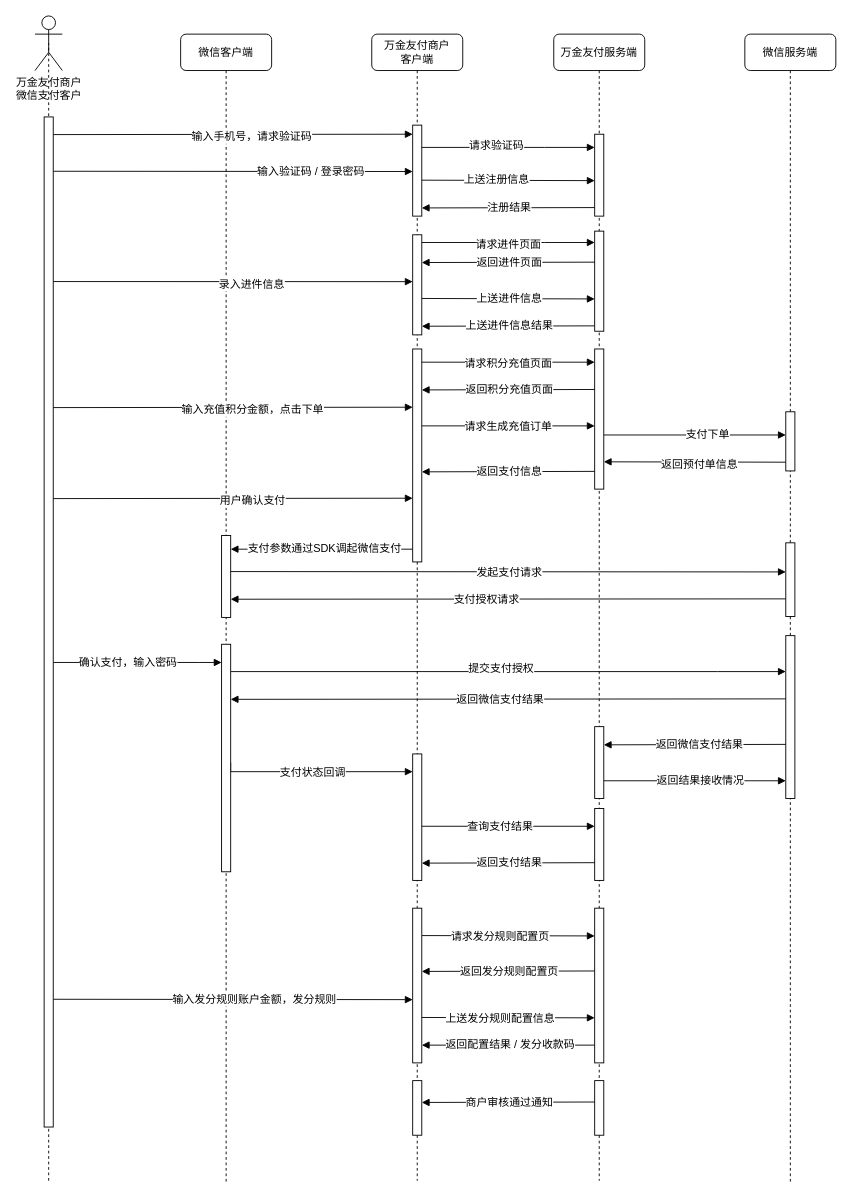
firefirefirewood/Hello-World keeps this draw.io diagram as page "场景1-商户开通并购分" (1 of 4) of Untitled Diagram.drawio. Above is the earlier version. Source tidied: cells renumbered, new cells numbered last; positions are measured from the earlier drawing's top-left corner, leaving out a move shared by most shapes. Both pictures are drawn from the tidied source at 91%, with x=0, y=0 at pixel (35, 15).
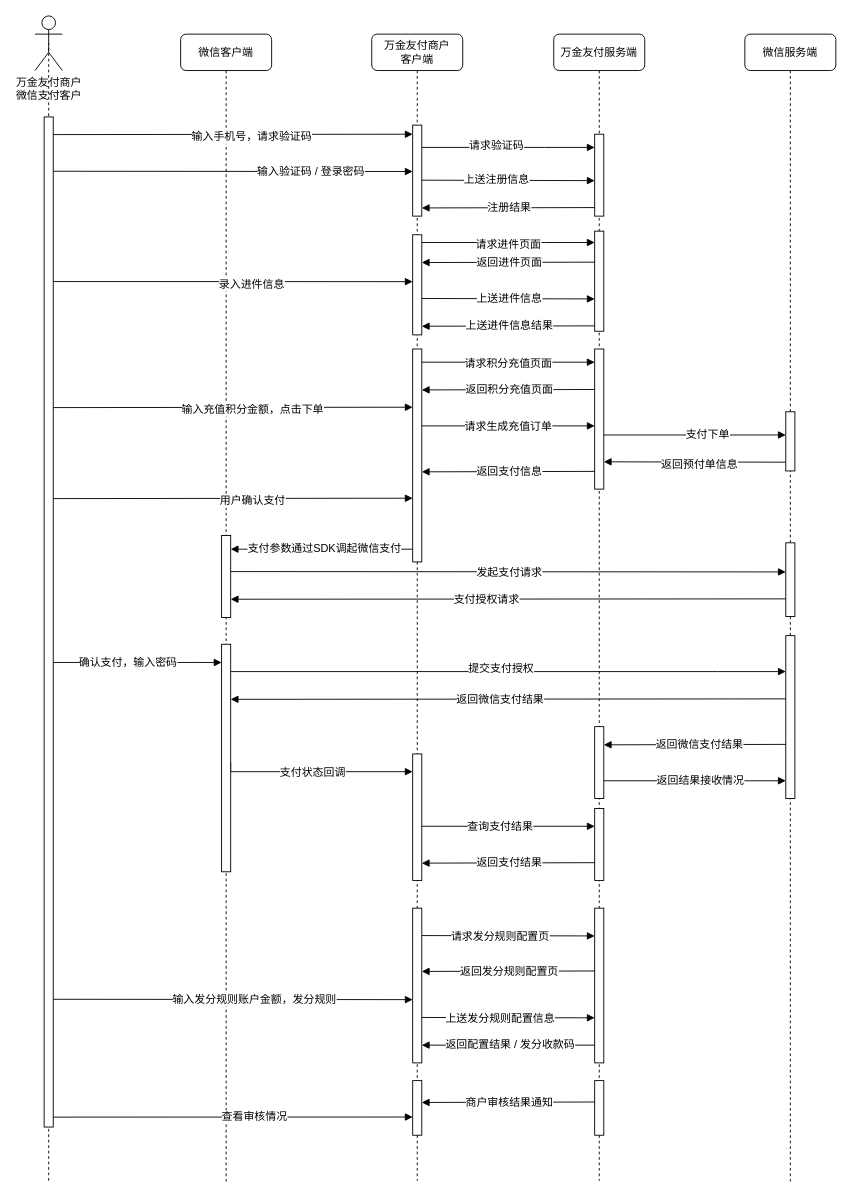
The same page after the edit.

The change refers to these unchanged cells:
```xml
<mxCell id="95" style="edgeStyle=elbowEdgeStyle;rounded=0;orthogonalLoop=1;jettySize=auto;elbow=vertical;html=1;startArrow=none;startFill=0;endArrow=block;endFill=1;strokeColor=#000000;" parent="1" edge="1">
  <mxGeometry relative="1" as="geometry">
    <mxPoint x="615" y="1193.5" as="sourcePoint" />
    <mxPoint x="425" y="1193.5" as="targetPoint" />
  </mxGeometry>
</mxCell>
```

What changed in the source:
```diff
@@
-    <mxCell id="96" value="商户审核通过通知" style="text;html=1;align=center;verticalAlign=middle;labelBackgroundColor=#ffffff;" parent="95" vertex="1">
+    <mxCell id="96" value="商户审核结果通知" style="text;html=1;align=center;verticalAlign=middle;labelBackgroundColor=#ffffff;" parent="95" vertex="1">
       <mxGeometry x="-0.23" y="-1" relative="1" as="geometry">
         <mxPoint x="-21" y="0.5" as="offset" />
       </mxGeometry>
     </mxCell>
+    <mxCell id="97" style="edgeStyle=elbowEdgeStyle;rounded=0;orthogonalLoop=1;jettySize=auto;elbow=vertical;html=1;startArrow=none;startFill=0;endArrow=block;endFill=1;strokeColor=#000000;" parent="1" edge="1">
+      <mxGeometry relative="1" as="geometry">
+        <mxPoint x="20" y="1210.1" as="sourcePoint" />
+        <mxPoint x="415" y="1210.1" as="targetPoint" />
+      </mxGeometry>
+    </mxCell>
+    <mxCell id="98" value="查看审核情况" style="text;html=1;align=center;verticalAlign=middle;labelBackgroundColor=#ffffff;" parent="97" vertex="1">
+      <mxGeometry x="0.24" y="4" relative="1" as="geometry">
+        <mxPoint x="-24.5" y="3.5" as="offset" />
+      </mxGeometry>
+    </mxCell>
```
